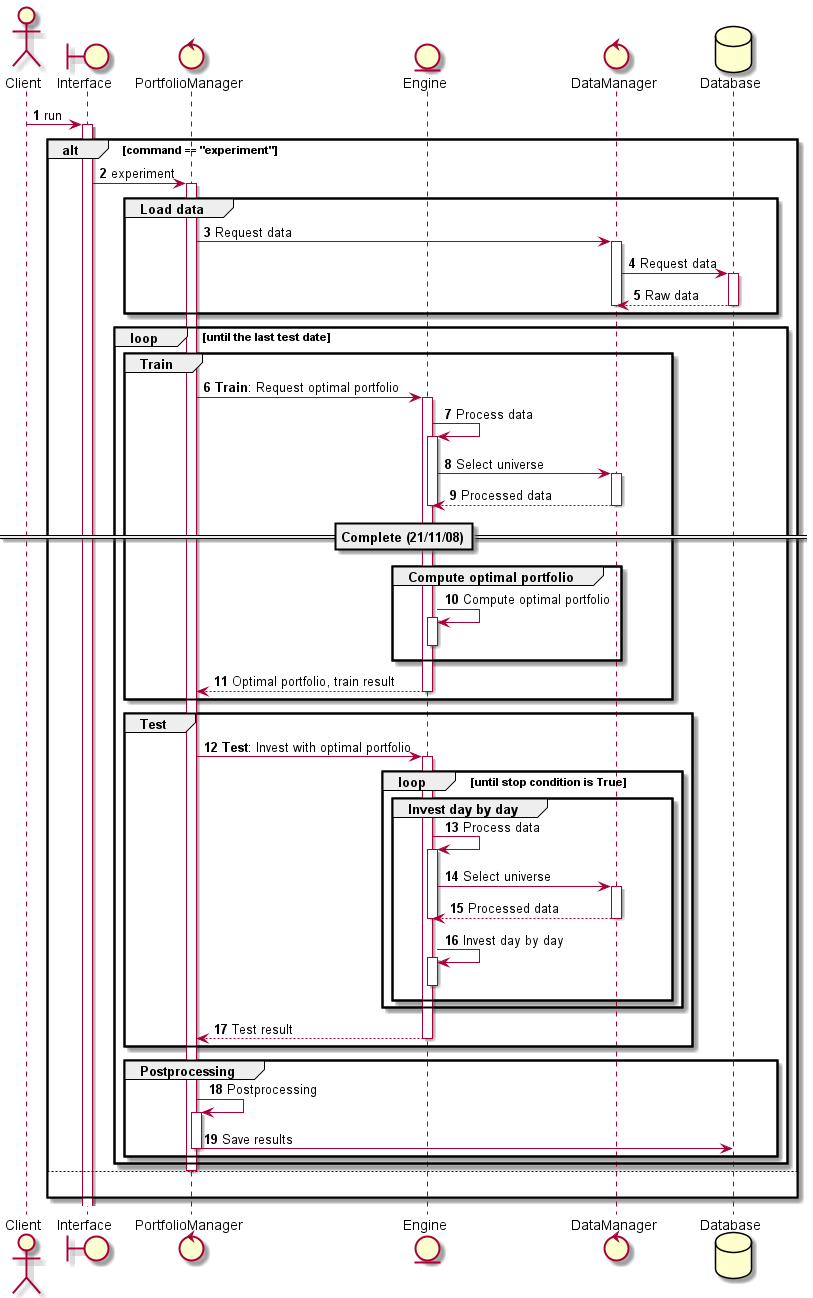
alchemine/enhanced-index-tracking keeps this PlantUML diagram as algorithm/full_process.png. Above is the earlier version.
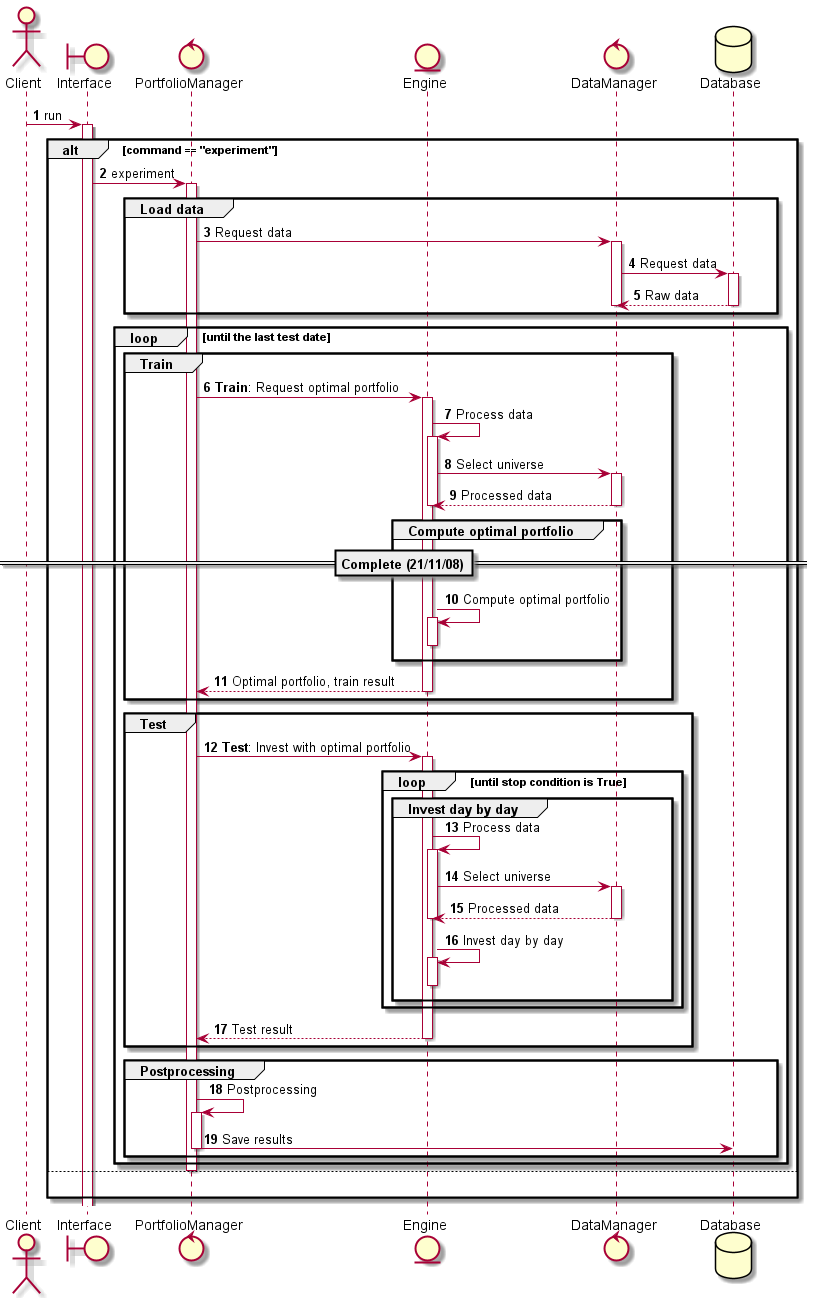
Later version of the same file.

Change to the diagram source:
```diff
@@ -27,9 +27,8 @@
                                 return Processed data
                         deactivate E
 
-                        ==Complete (21/11/08)==
-
                         group Compute optimal portfolio
+                                ==Complete (21/11/08)==
                             E -> E ++: Compute optimal portfolio
                             deactivate
                         end
```
